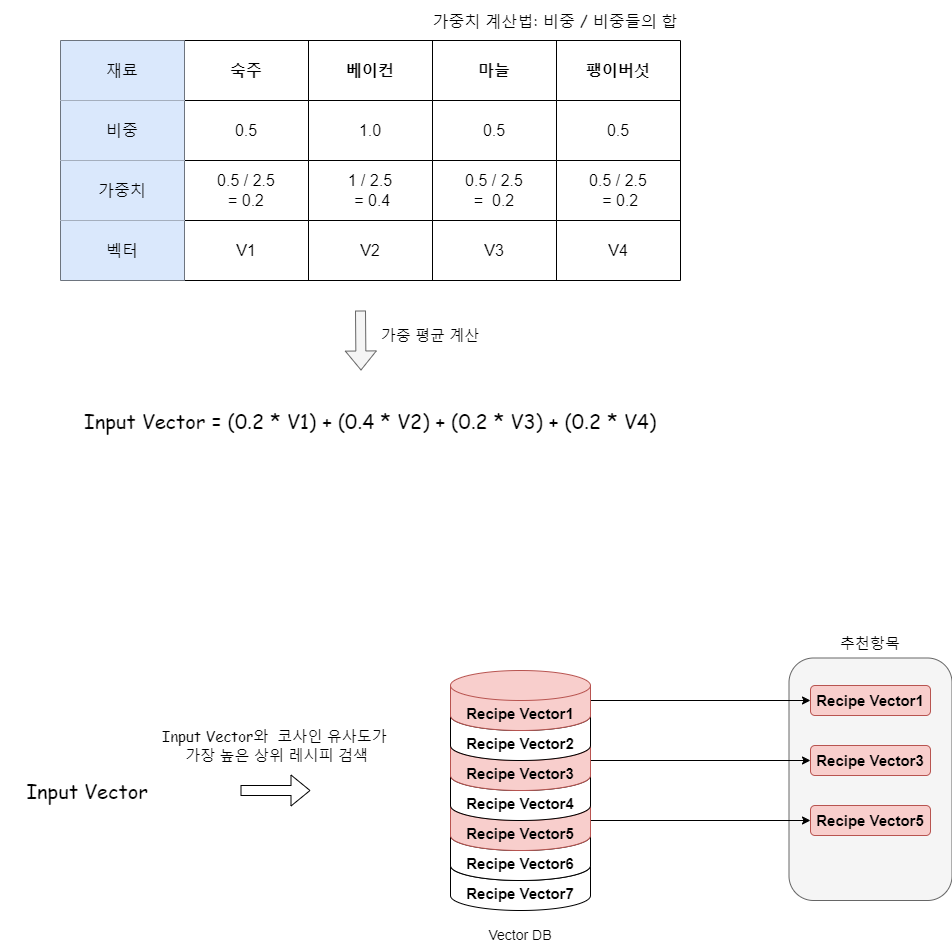
Earlier version of the draw.io export img/설명.png (kokoko12334/Recipe-recommendation). Source tidied: cells renumbered, new cells last; positions are measured from the earlier drawing's top-left corner, leaving out a move shared by most shapes. Its diagram source:
```xml
<mxGraphModel>
  <root>
    <mxCell id="0" />
    <mxCell id="1" parent="0" />
    <mxCell id="2" style="rounded=1;whiteSpace=wrap;html=1;fillColor=#f5f5f5;fontColor=#333333;strokeColor=#666666;" parent="1" vertex="1">
      <mxGeometry x="788.5" y="657.5" width="163" height="242.5" as="geometry" />
    </mxCell>
    <mxCell id="3" style="shape=table;startSize=0;fontSize=14;" parent="1" vertex="1">
      <mxGeometry x="60" y="40" width="620" height="240" as="geometry" />
    </mxCell>
    <mxCell id="4" style="shape=tableRow;horizontal=0;startSize=0;swimlaneHead=0;swimlaneBody=0;strokeColor=inherit;top=0;left=0;bottom=0;right=0;fillColor=none;" parent="3" vertex="1">
      <mxGeometry width="620" height="60" as="geometry" />
    </mxCell>
    <mxCell id="5" value="재료" style="shape=partialRectangle;html=1;whiteSpace=wrap;strokeColor=#6c8ebf;overflow=hidden;fillColor=#dae8fc;top=0;left=0;bottom=0;right=0;fontSize=16;" parent="4" vertex="1">
      <mxGeometry width="124" height="60" as="geometry" />
    </mxCell>
    <mxCell id="6" value="숙주" style="shape=partialRectangle;html=1;whiteSpace=wrap;strokeColor=inherit;overflow=hidden;fillColor=none;top=0;left=0;bottom=0;right=0;fontSize=16;fontStyle=1;" parent="4" vertex="1">
      <mxGeometry x="124" width="124" height="60" as="geometry" />
    </mxCell>
    <mxCell id="7" value="베이컨" style="shape=partialRectangle;html=1;whiteSpace=wrap;strokeColor=inherit;overflow=hidden;fillColor=none;top=0;left=0;bottom=0;right=0;fontSize=16;fontStyle=1;" parent="4" vertex="1">
      <mxGeometry x="248" width="124" height="60" as="geometry" />
    </mxCell>
    <mxCell id="8" value="마늘" style="shape=partialRectangle;html=1;whiteSpace=wrap;strokeColor=inherit;overflow=hidden;fillColor=none;top=0;left=0;bottom=0;right=0;fontSize=16;fontStyle=1;" parent="4" vertex="1">
      <mxGeometry x="372" width="124" height="60" as="geometry" />
    </mxCell>
    <mxCell id="9" value="팽이버섯" style="shape=partialRectangle;html=1;whiteSpace=wrap;strokeColor=inherit;overflow=hidden;fillColor=none;top=0;left=0;bottom=0;right=0;fontSize=16;fontStyle=1;" parent="4" vertex="1">
      <mxGeometry x="496" width="124" height="60" as="geometry" />
    </mxCell>
    <mxCell id="10" style="shape=tableRow;horizontal=0;startSize=0;swimlaneHead=0;swimlaneBody=0;strokeColor=inherit;top=0;left=0;bottom=0;right=0;fillColor=none;" parent="3" vertex="1">
      <mxGeometry y="60" width="620" height="60" as="geometry" />
    </mxCell>
    <mxCell id="11" value="비중" style="shape=partialRectangle;html=1;whiteSpace=wrap;strokeColor=#6c8ebf;overflow=hidden;fillColor=#dae8fc;top=0;left=0;bottom=0;right=0;fontSize=16;" parent="10" vertex="1">
      <mxGeometry width="124" height="60" as="geometry" />
    </mxCell>
    <mxCell id="12" value="0.5" style="shape=partialRectangle;html=1;whiteSpace=wrap;strokeColor=inherit;overflow=hidden;fillColor=none;top=0;left=0;bottom=0;right=0;fontSize=16;" parent="10" vertex="1">
      <mxGeometry x="124" width="124" height="60" as="geometry" />
    </mxCell>
    <mxCell id="13" value="1.0" style="shape=partialRectangle;html=1;whiteSpace=wrap;strokeColor=inherit;overflow=hidden;fillColor=none;top=0;left=0;bottom=0;right=0;fontSize=16;" parent="10" vertex="1">
      <mxGeometry x="248" width="124" height="60" as="geometry" />
    </mxCell>
    <mxCell id="14" value="0.5" style="shape=partialRectangle;html=1;whiteSpace=wrap;strokeColor=inherit;overflow=hidden;fillColor=none;top=0;left=0;bottom=0;right=0;fontSize=16;" parent="10" vertex="1">
      <mxGeometry x="372" width="124" height="60" as="geometry" />
    </mxCell>
    <mxCell id="15" value="0.5" style="shape=partialRectangle;html=1;whiteSpace=wrap;strokeColor=inherit;overflow=hidden;fillColor=none;top=0;left=0;bottom=0;right=0;fontSize=16;" parent="10" vertex="1">
      <mxGeometry x="496" width="124" height="60" as="geometry" />
    </mxCell>
    <mxCell id="16" style="shape=tableRow;horizontal=0;startSize=0;swimlaneHead=0;swimlaneBody=0;strokeColor=inherit;top=0;left=0;bottom=0;right=0;fillColor=none;" parent="3" vertex="1">
      <mxGeometry y="120" width="620" height="60" as="geometry" />
    </mxCell>
    <mxCell id="17" value="가중치" style="shape=partialRectangle;html=1;whiteSpace=wrap;strokeColor=#6c8ebf;overflow=hidden;fillColor=#dae8fc;top=0;left=0;bottom=0;right=0;fontSize=16;" parent="16" vertex="1">
      <mxGeometry width="124" height="60" as="geometry" />
    </mxCell>
    <mxCell id="18" value="0.5 / 2.5&lt;div style=&quot;font-size: 16px;&quot;&gt;= 0.2&lt;/div&gt;" style="shape=partialRectangle;html=1;whiteSpace=wrap;strokeColor=inherit;overflow=hidden;fillColor=none;top=0;left=0;bottom=0;right=0;fontSize=16;" parent="16" vertex="1">
      <mxGeometry x="124" width="124" height="60" as="geometry" />
    </mxCell>
    <mxCell id="19" value="1 / 2.5&lt;div style=&quot;font-size: 16px;&quot;&gt;&amp;nbsp;= 0.4&lt;/div&gt;" style="shape=partialRectangle;html=1;whiteSpace=wrap;strokeColor=inherit;overflow=hidden;fillColor=none;top=0;left=0;bottom=0;right=0;fontSize=16;" parent="16" vertex="1">
      <mxGeometry x="248" width="124" height="60" as="geometry" />
    </mxCell>
    <mxCell id="20" value="0.5 / 2.5&lt;div style=&quot;font-size: 16px;&quot;&gt;=&amp;nbsp; 0.2&lt;/div&gt;" style="shape=partialRectangle;html=1;whiteSpace=wrap;strokeColor=inherit;overflow=hidden;fillColor=none;top=0;left=0;bottom=0;right=0;fontSize=16;" parent="16" vertex="1">
      <mxGeometry x="372" width="124" height="60" as="geometry" />
    </mxCell>
    <mxCell id="21" value="0.5 / 2.5&lt;div style=&quot;font-size: 16px;&quot;&gt;&amp;nbsp;= 0.2&lt;/div&gt;" style="shape=partialRectangle;html=1;whiteSpace=wrap;strokeColor=inherit;overflow=hidden;fillColor=none;top=0;left=0;bottom=0;right=0;fontSize=16;" parent="16" vertex="1">
      <mxGeometry x="496" width="124" height="60" as="geometry" />
    </mxCell>
    <mxCell id="22" style="shape=tableRow;horizontal=0;startSize=0;swimlaneHead=0;swimlaneBody=0;strokeColor=inherit;top=0;left=0;bottom=0;right=0;fillColor=none;" parent="3" vertex="1">
      <mxGeometry y="180" width="620" height="60" as="geometry" />
    </mxCell>
    <mxCell id="23" value="벡터" style="shape=partialRectangle;html=1;whiteSpace=wrap;strokeColor=#6c8ebf;overflow=hidden;fillColor=#dae8fc;top=0;left=0;bottom=0;right=0;fontSize=16;" parent="22" vertex="1">
      <mxGeometry width="124" height="60" as="geometry" />
    </mxCell>
    <mxCell id="24" value="V1" style="shape=partialRectangle;html=1;whiteSpace=wrap;strokeColor=inherit;overflow=hidden;fillColor=none;top=0;left=0;bottom=0;right=0;fontSize=16;" parent="22" vertex="1">
      <mxGeometry x="124" width="124" height="60" as="geometry" />
    </mxCell>
    <mxCell id="25" value="V2" style="shape=partialRectangle;html=1;whiteSpace=wrap;strokeColor=inherit;overflow=hidden;fillColor=none;top=0;left=0;bottom=0;right=0;fontSize=16;" parent="22" vertex="1">
      <mxGeometry x="248" width="124" height="60" as="geometry" />
    </mxCell>
    <mxCell id="26" value="V3" style="shape=partialRectangle;html=1;whiteSpace=wrap;strokeColor=inherit;overflow=hidden;fillColor=none;top=0;left=0;bottom=0;right=0;fontSize=16;" parent="22" vertex="1">
      <mxGeometry x="372" width="124" height="60" as="geometry" />
    </mxCell>
    <mxCell id="27" value="V4" style="shape=partialRectangle;html=1;whiteSpace=wrap;strokeColor=inherit;overflow=hidden;fillColor=none;top=0;left=0;bottom=0;right=0;fontSize=16;" parent="22" vertex="1">
      <mxGeometry x="496" width="124" height="60" as="geometry" />
    </mxCell>
    <mxCell id="28" value="&lt;font style=&quot;font-size: 16px;&quot; face=&quot;Comic Sans MS&quot;&gt;가중치 계산법: 비중 / 비중들의 합&lt;/font&gt;" style="text;html=1;align=center;verticalAlign=middle;whiteSpace=wrap;rounded=0;" parent="1" vertex="1">
      <mxGeometry x="420" width="270" height="40" as="geometry" />
    </mxCell>
    <mxCell id="29" style="shape=flexArrow;endArrow=classic;html=1;rounded=0;fillColor=#f5f5f5;strokeColor=#666666;" parent="1" edge="1">
      <mxGeometry relative="1" as="geometry">
        <mxPoint x="360" y="310" as="sourcePoint" />
        <mxPoint x="360.5" y="370" as="targetPoint" />
      </mxGeometry>
    </mxCell>
    <mxCell id="30" value="&lt;font style=&quot;font-size: 15px;&quot;&gt;가중 평균 계산&lt;/font&gt;" style="text;html=1;align=center;verticalAlign=middle;whiteSpace=wrap;rounded=0;" parent="1" vertex="1">
      <mxGeometry x="370" y="320" width="120" height="30" as="geometry" />
    </mxCell>
    <mxCell id="31" value="&lt;font style=&quot;font-size: 20px;&quot; face=&quot;Comic Sans MS&quot;&gt;Input Vector = (0.2 * V1) + (0.4 * V2) + (0.2 * V3) + (0.2 * V4)&lt;/font&gt;" style="text;html=1;align=center;verticalAlign=middle;whiteSpace=wrap;rounded=0;" parent="1" vertex="1">
      <mxGeometry x="65" y="400" width="610" height="40" as="geometry" />
    </mxCell>
    <mxCell id="32" value="&lt;b&gt;&lt;font style=&quot;font-size: 15px;&quot;&gt;Recipe Vector7&lt;/font&gt;&lt;/b&gt;" style="shape=cylinder3;whiteSpace=wrap;html=1;boundedLbl=1;backgroundOutline=1;size=15;" parent="1" vertex="1">
      <mxGeometry x="450" y="850" width="140" height="60" as="geometry" />
    </mxCell>
    <mxCell id="33" value="&lt;font style=&quot;font-size: 20px;&quot; face=&quot;Comic Sans MS&quot;&gt;Input Vector&amp;nbsp;&lt;/font&gt;" style="text;html=1;align=center;verticalAlign=middle;whiteSpace=wrap;rounded=0;" parent="1" vertex="1">
      <mxGeometry y="770" width="180" height="40" as="geometry" />
    </mxCell>
    <mxCell id="34" value="&lt;b&gt;&lt;font style=&quot;font-size: 15px;&quot;&gt;Recipe Vector6&lt;/font&gt;&lt;/b&gt;" style="shape=cylinder3;whiteSpace=wrap;html=1;boundedLbl=1;backgroundOutline=1;size=15;" parent="1" vertex="1">
      <mxGeometry x="450" y="820" width="140" height="60" as="geometry" />
    </mxCell>
    <mxCell id="35" style="edgeStyle=orthogonalEdgeStyle;rounded=0;jettySize=auto;html=1;exitX=1;exitY=0.5;exitDx=0;exitDy=0;exitPerimeter=0;entryX=0;entryY=0.5;entryDx=0;entryDy=0;" parent="1" edge="1" source="36" target="47">
      <mxGeometry relative="1" as="geometry" />
    </mxCell>
    <mxCell id="36" value="&lt;b&gt;&lt;font style=&quot;font-size: 15px;&quot;&gt;Recipe Vector5&lt;/font&gt;&lt;/b&gt;" style="shape=cylinder3;whiteSpace=wrap;html=1;boundedLbl=1;backgroundOutline=1;size=15;fillColor=#f8cecc;strokeColor=#b85450;" parent="1" vertex="1">
      <mxGeometry x="450" y="790" width="140" height="60" as="geometry" />
    </mxCell>
    <mxCell id="37" value="&lt;b&gt;&lt;font style=&quot;font-size: 15px;&quot;&gt;Recipe Vector4&lt;/font&gt;&lt;/b&gt;" style="shape=cylinder3;whiteSpace=wrap;html=1;boundedLbl=1;backgroundOutline=1;size=15;" parent="1" vertex="1">
      <mxGeometry x="450" y="760" width="140" height="60" as="geometry" />
    </mxCell>
    <mxCell id="38" style="edgeStyle=orthogonalEdgeStyle;rounded=0;jettySize=auto;html=1;exitX=1;exitY=0.5;exitDx=0;exitDy=0;exitPerimeter=0;entryX=0;entryY=0.5;entryDx=0;entryDy=0;" parent="1" edge="1" source="39" target="46">
      <mxGeometry relative="1" as="geometry" />
    </mxCell>
    <mxCell id="39" value="&lt;b&gt;&lt;font style=&quot;font-size: 15px;&quot;&gt;Recipe Vector3&lt;/font&gt;&lt;/b&gt;" style="shape=cylinder3;whiteSpace=wrap;html=1;boundedLbl=1;backgroundOutline=1;size=15;fillColor=#f8cecc;strokeColor=#b85450;" parent="1" vertex="1">
      <mxGeometry x="450" y="730" width="140" height="60" as="geometry" />
    </mxCell>
    <mxCell id="40" value="&lt;b&gt;&lt;font style=&quot;font-size: 15px;&quot;&gt;Recipe Vector2&lt;/font&gt;&lt;/b&gt;" style="shape=cylinder3;whiteSpace=wrap;html=1;boundedLbl=1;backgroundOutline=1;size=15;" parent="1" vertex="1">
      <mxGeometry x="450" y="700" width="140" height="60" as="geometry" />
    </mxCell>
    <mxCell id="41" style="edgeStyle=orthogonalEdgeStyle;rounded=0;jettySize=auto;html=1;exitX=1;exitY=0.5;exitDx=0;exitDy=0;exitPerimeter=0;entryX=0;entryY=0.5;entryDx=0;entryDy=0;" parent="1" edge="1" source="42" target="45">
      <mxGeometry relative="1" as="geometry" />
    </mxCell>
    <mxCell id="42" value="&lt;b&gt;&lt;font style=&quot;font-size: 15px;&quot;&gt;Recipe Vector1&lt;/font&gt;&lt;/b&gt;" style="shape=cylinder3;whiteSpace=wrap;html=1;boundedLbl=1;backgroundOutline=1;size=15;fillColor=#f8cecc;strokeColor=#b85450;" parent="1" vertex="1">
      <mxGeometry x="450" y="670" width="140" height="60" as="geometry" />
    </mxCell>
    <mxCell id="43" style="shape=flexArrow;endArrow=classic;html=1;rounded=0;" parent="1" edge="1">
      <mxGeometry relative="1" as="geometry">
        <mxPoint x="240" y="790" as="sourcePoint" />
        <mxPoint x="310" y="790" as="targetPoint" />
      </mxGeometry>
    </mxCell>
    <mxCell id="44" value="&lt;div style=&quot;text-align: center; font-size: 15px;&quot;&gt;&lt;span style=&quot;background-color: initial;&quot;&gt;&lt;font style=&quot;font-size: 15px;&quot; face=&quot;Comic Sans MS&quot;&gt;Input Vector와&amp;nbsp; 코사인 유사도가&amp;nbsp;&lt;/font&gt;&lt;/span&gt;&lt;/div&gt;&lt;div style=&quot;text-align: center; font-size: 15px;&quot;&gt;&lt;span style=&quot;background-color: initial;&quot;&gt;&lt;font style=&quot;font-size: 15px;&quot; face=&quot;Comic Sans MS&quot;&gt;가장 높은 상위 레시피 검색&lt;/font&gt;&lt;/span&gt;&lt;/div&gt;&lt;div style=&quot;text-align: center; font-size: 15px;&quot;&gt;&lt;span style=&quot;background-color: initial;&quot;&gt;&lt;font style=&quot;font-size: 15px;&quot; face=&quot;Comic Sans MS&quot;&gt;&amp;nbsp;&lt;/font&gt;&lt;/span&gt;&lt;/div&gt;" style="text;whiteSpace=wrap;html=1;" parent="1" vertex="1">
      <mxGeometry x="160" y="720" width="240" height="50" as="geometry" />
    </mxCell>
    <mxCell id="45" value="&lt;b&gt;&lt;font style=&quot;font-size: 15px;&quot;&gt;Recipe Vector1&lt;/font&gt;&lt;/b&gt;" style="rounded=1;whiteSpace=wrap;html=1;fillColor=#f8cecc;strokeColor=#b85450;" parent="1" vertex="1">
      <mxGeometry x="810" y="685" width="120" height="30" as="geometry" />
    </mxCell>
    <mxCell id="46" value="&lt;b&gt;&lt;font style=&quot;font-size: 15px;&quot;&gt;Recipe Vector3&lt;/font&gt;&lt;/b&gt;" style="rounded=1;whiteSpace=wrap;html=1;fillColor=#f8cecc;strokeColor=#b85450;" parent="1" vertex="1">
      <mxGeometry x="810" y="745" width="120" height="30" as="geometry" />
    </mxCell>
    <mxCell id="47" value="&lt;b&gt;&lt;font style=&quot;font-size: 15px;&quot;&gt;Recipe Vector5&lt;/font&gt;&lt;/b&gt;" style="rounded=1;whiteSpace=wrap;html=1;fillColor=#f8cecc;strokeColor=#b85450;" parent="1" vertex="1">
      <mxGeometry x="810" y="805" width="120" height="30" as="geometry" />
    </mxCell>
    <mxCell id="48" value="추천항목" style="text;html=1;align=center;verticalAlign=middle;whiteSpace=wrap;rounded=0;fontSize=15;" parent="1" vertex="1">
      <mxGeometry x="830" y="627.5" width="80" height="30" as="geometry" />
    </mxCell>
    <mxCell id="49" value="&lt;font style=&quot;font-size: 14px;&quot;&gt;Vector DB&lt;/font&gt;" style="text;html=1;align=center;verticalAlign=middle;whiteSpace=wrap;rounded=0;" parent="1" vertex="1">
      <mxGeometry x="480" y="920" width="80" height="30" as="geometry" />
    </mxCell>
  </root>
</mxGraphModel>
```
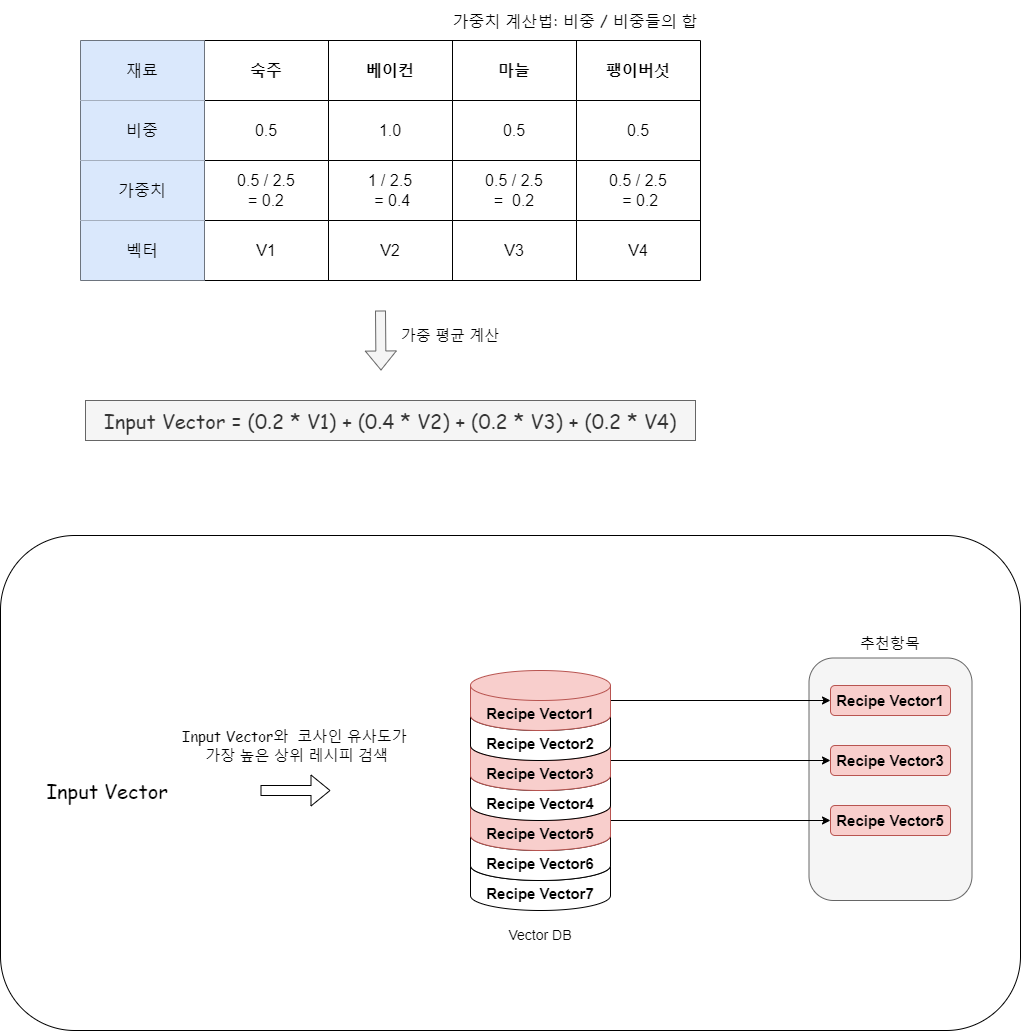
The same file after the commit.

Commit message:
docs:이미지수정

What changed in the source:
```diff
@@ -2,6 +2,9 @@
   <root>
     <mxCell id="0" />
     <mxCell id="1" parent="0" />
+    <mxCell id="50" style="rounded=1;whiteSpace=wrap;html=1;" parent="1" vertex="1">
+      <mxGeometry x="-20" y="535" width="1020" height="495" as="geometry" />
+    </mxCell>
     <mxCell id="2" style="rounded=1;whiteSpace=wrap;html=1;fillColor=#f5f5f5;fontColor=#333333;strokeColor=#666666;" parent="1" vertex="1">
       <mxGeometry x="788.5" y="657.5" width="163" height="242.5" as="geometry" />
     </mxCell>
@@ -92,7 +95,7 @@
     <mxCell id="30" value="&lt;font style=&quot;font-size: 15px;&quot;&gt;가중 평균 계산&lt;/font&gt;" style="text;html=1;align=center;verticalAlign=middle;whiteSpace=wrap;rounded=0;" parent="1" vertex="1">
       <mxGeometry x="370" y="320" width="120" height="30" as="geometry" />
     </mxCell>
-    <mxCell id="31" value="&lt;font style=&quot;font-size: 20px;&quot; face=&quot;Comic Sans MS&quot;&gt;Input Vector = (0.2 * V1) + (0.4 * V2) + (0.2 * V3) + (0.2 * V4)&lt;/font&gt;" style="text;html=1;align=center;verticalAlign=middle;whiteSpace=wrap;rounded=0;" parent="1" vertex="1">
+    <mxCell id="31" value="&lt;font style=&quot;font-size: 20px;&quot; face=&quot;Comic Sans MS&quot;&gt;Input Vector = (0.2 * V1) + (0.4 * V2) + (0.2 * V3) + (0.2 * V4)&lt;/font&gt;" style="text;html=1;align=center;verticalAlign=middle;whiteSpace=wrap;rounded=0;fillColor=#f5f5f5;fontColor=#333333;strokeColor=#666666;" parent="1" vertex="1">
       <mxGeometry x="65" y="400" width="610" height="40" as="geometry" />
     </mxCell>
     <mxCell id="32" value="&lt;b&gt;&lt;font style=&quot;font-size: 15px;&quot;&gt;Recipe Vector7&lt;/font&gt;&lt;/b&gt;" style="shape=cylinder3;whiteSpace=wrap;html=1;boundedLbl=1;backgroundOutline=1;size=15;" parent="1" vertex="1">
```
